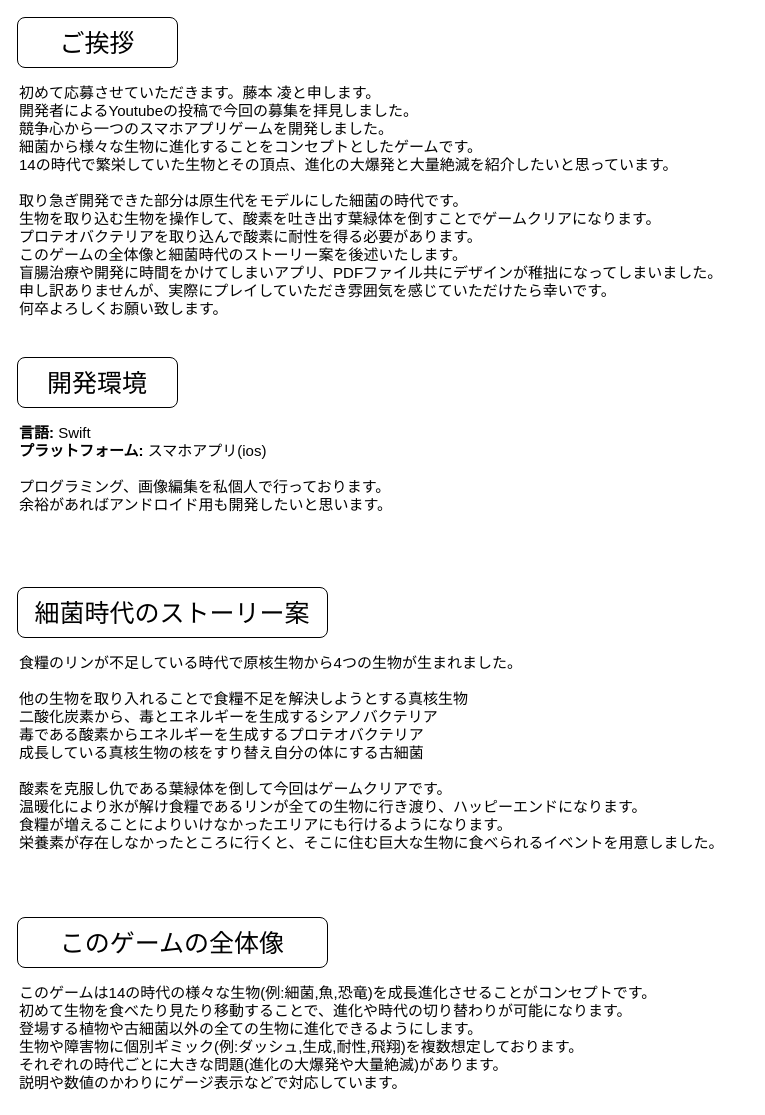
Before: page "ページ4" (4 of 5) of eater.drawio in idaks1325/eater_design, a draw.io diagram. Source tidied: cells renumbered, new cells numbered last; positions are measured from the earlier drawing's top-left corner, leaving out a move shared by most shapes. Both pictures are drawn from the tidied source at 100%, with x=0, y=0 at pixel (17, 17).
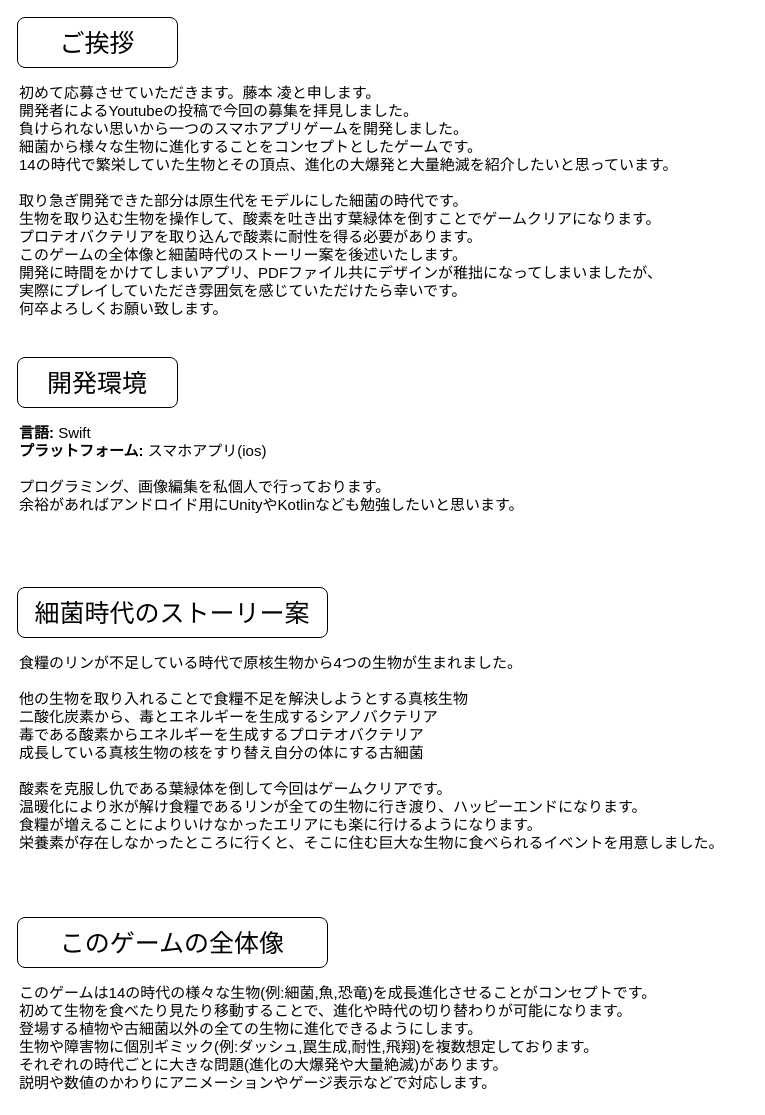
The same page after the edit.

What changed in the source:
```diff
@@
 <mxGraphModel>
   <root>
     <mxCell id="0" />
     <mxCell id="1" parent="0" />
     <mxCell id="2" value="&lt;font style=&quot;font-size: 25px&quot;&gt;ご挨拶&lt;/font&gt;" style="rounded=1;whiteSpace=wrap;html=1;" parent="1" vertex="1">
       <mxGeometry width="160" height="50" as="geometry" />
     </mxCell>
-    <mxCell id="3" value="&lt;font style=&quot;font-size: 15px&quot;&gt;初めて応募させていただきます。藤本 凌と申します。&lt;br&gt;開発者によるYoutubeの投稿で今回の募集を拝見しました。&lt;br&gt;競争心から一つのスマホアプリゲームを開発しました。&lt;br&gt;細菌から様々な生物に進化することをコンセプトとしたゲームです。&lt;br&gt;14の時代で繁栄していた生物とその頂点、進化の大爆発と大量絶滅を紹介したいと思っています。&lt;br&gt;&lt;br&gt;取り急ぎ開発できた部分は原生代をモデルにした細菌の時代です。&lt;br&gt;生物を取り込む生物を操作して、酸素を吐き出す葉緑体を倒すことでゲームクリアになります。&lt;br&gt;プロテオバクテリアを取り込んで酸素に耐性を得る必要があります。&lt;br&gt;このゲームの全体像と細菌時代のストーリー案を後述いたします。&lt;br&gt;盲腸治療や開発に時間をかけてしまいアプリ、PDFファイル共にデザインが稚拙になってしまいました。&lt;br&gt;申し訳ありませんが、実際にプレイしていただき雰囲気を感じていただけたら幸いです。&lt;br&gt;何卒よろしくお願い致します。&lt;/font&gt;" style="text;whiteSpace=wrap;html=1;" parent="1" vertex="1">
+    <mxCell id="3" value="&lt;font style=&quot;font-size: 15px&quot;&gt;初めて応募させていただきます。藤本 凌と申します。&lt;br&gt;開発者によるYoutubeの投稿で今回の募集を拝見しました。&lt;br&gt;負けられない思いから一つのスマホアプリゲームを開発しました。&lt;br&gt;細菌から様々な生物に進化することをコンセプトとしたゲームです。&lt;br&gt;14の時代で繁栄していた生物とその頂点、進化の大爆発と大量絶滅を紹介したいと思っています。&lt;br&gt;&lt;br&gt;取り急ぎ開発できた部分は原生代をモデルにした細菌の時代です。&lt;br&gt;生物を取り込む生物を操作して、酸素を吐き出す葉緑体を倒すことでゲームクリアになります。&lt;br&gt;プロテオバクテリアを取り込んで酸素に耐性を得る必要があります。&lt;br&gt;このゲームの全体像と細菌時代のストーリー案を後述いたします。&lt;br&gt;開発に時間をかけてしまいアプリ、PDFファイル共にデザインが稚拙になってしまいましたが、&lt;br&gt;実際にプレイしていただき雰囲気を感じていただけたら幸いです。&lt;br&gt;何卒よろしくお願い致します。&lt;/font&gt;" style="text;whiteSpace=wrap;html=1;" parent="1" vertex="1">
       <mxGeometry y="60" width="730" height="240" as="geometry" />
     </mxCell>
     <mxCell id="4" value="&lt;font style=&quot;font-size: 25px&quot;&gt;開発環境&lt;/font&gt;" style="rounded=1;whiteSpace=wrap;html=1;" parent="1" vertex="1">
       <mxGeometry y="340" width="160" height="50" as="geometry" />
     </mxCell>
-    <mxCell id="5" value="&lt;div&gt;&lt;span style=&quot;font-size: 15px&quot;&gt;&lt;b&gt;言語:&lt;/b&gt; Swift&lt;/span&gt;&lt;/div&gt;&lt;div&gt;&lt;span style=&quot;font-size: 15px&quot;&gt;&lt;b&gt;プラットフォーム: &lt;/b&gt;スマホアプリ(ios)&lt;/span&gt;&lt;/div&gt;&lt;div&gt;&lt;span style=&quot;font-size: 15px&quot;&gt;&lt;br&gt;&lt;/span&gt;&lt;/div&gt;&lt;div&gt;&lt;span style=&quot;font-size: 15px&quot;&gt;プログラミング、画像編集を私個人で行っております。&lt;/span&gt;&lt;/div&gt;&lt;div&gt;&lt;span style=&quot;font-size: 15px&quot;&gt;余裕があればアンドロイド用も開発したいと思います。&lt;/span&gt;&lt;/div&gt;" style="text;whiteSpace=wrap;html=1;" parent="1" vertex="1">
+    <mxCell id="5" value="&lt;div&gt;&lt;span style=&quot;font-size: 15px&quot;&gt;&lt;b&gt;言語:&lt;/b&gt; Swift&lt;/span&gt;&lt;/div&gt;&lt;div&gt;&lt;span style=&quot;font-size: 15px&quot;&gt;&lt;b&gt;プラットフォーム: &lt;/b&gt;スマホアプリ(ios)&lt;/span&gt;&lt;/div&gt;&lt;div&gt;&lt;span style=&quot;font-size: 15px&quot;&gt;&lt;br&gt;&lt;/span&gt;&lt;/div&gt;&lt;div&gt;&lt;span style=&quot;font-size: 15px&quot;&gt;プログラミング、画像編集を私個人で行っております。&lt;/span&gt;&lt;/div&gt;&lt;div&gt;&lt;span style=&quot;font-size: 15px&quot;&gt;余裕があればアンドロイド用にUnityやKotlinなども勉強&lt;/span&gt;&lt;span style=&quot;font-size: 15px&quot;&gt;したいと思います。&lt;/span&gt;&lt;/div&gt;" style="text;whiteSpace=wrap;html=1;" parent="1" vertex="1">
       <mxGeometry y="400" width="690" height="100" as="geometry" />
     </mxCell>
     <mxCell id="6" value="&lt;font style=&quot;font-size: 25px&quot;&gt;細菌時代のストーリー案&lt;/font&gt;" style="rounded=1;whiteSpace=wrap;html=1;" parent="1" vertex="1">
       <mxGeometry y="570" width="310" height="50" as="geometry" />
     </mxCell>
-    <mxCell id="7" value="&lt;div&gt;&lt;span style=&quot;font-size: 15px&quot;&gt;食糧のリンが不足している時代で原核生物から4つの生物が生まれました。&lt;/span&gt;&lt;/div&gt;&lt;div&gt;&lt;span style=&quot;font-size: 15px&quot;&gt;&lt;br&gt;&lt;/span&gt;&lt;/div&gt;&lt;div&gt;&lt;span style=&quot;font-size: 15px&quot;&gt;他の生物を取り入れることで食糧不足を解決しようとする真核生物&lt;/span&gt;&lt;/div&gt;&lt;div&gt;&lt;span style=&quot;font-size: 15px&quot;&gt;二酸化炭素から、毒とエネルギーを生成するシアノバクテリア&lt;/span&gt;&lt;/div&gt;&lt;div&gt;&lt;span style=&quot;font-size: 15px&quot;&gt;毒である酸素からエネルギーを生成するプロテオバクテリア&lt;/span&gt;&lt;/div&gt;&lt;div&gt;&lt;span style=&quot;font-size: 15px&quot;&gt;成長している真核生物の核をすり替え自分の体にする古細菌&lt;/span&gt;&lt;/div&gt;&lt;div&gt;&lt;span style=&quot;font-size: 15px&quot;&gt;&lt;br&gt;&lt;/span&gt;&lt;/div&gt;&lt;div&gt;&lt;span style=&quot;font-size: 15px&quot;&gt;酸素を克服し仇である葉緑体を倒して今回はゲームクリアです。&lt;/span&gt;&lt;/div&gt;&lt;div&gt;&lt;span style=&quot;font-size: 15px&quot;&gt;温暖化により氷が解け食糧であるリンが全ての生物に行き渡り、ハッピーエンドになります。&lt;/span&gt;&lt;/div&gt;&lt;div&gt;&lt;span style=&quot;font-size: 15px&quot;&gt;食糧が増えることによりいけなかったエリアにも行けるようになります。&lt;/span&gt;&lt;/div&gt;&lt;div&gt;&lt;span style=&quot;font-size: 15px&quot;&gt;栄養素が存在しなかったところに行くと、そこに住む巨大な生物に食べられるイベントを用意しました。&lt;/span&gt;&lt;/div&gt;" style="text;whiteSpace=wrap;html=1;" parent="1" vertex="1">
+    <mxCell id="7" value="&lt;div&gt;&lt;span style=&quot;font-size: 15px&quot;&gt;食糧のリンが不足している時代で原核生物から4つの生物が生まれました。&lt;/span&gt;&lt;/div&gt;&lt;div&gt;&lt;span style=&quot;font-size: 15px&quot;&gt;&lt;br&gt;&lt;/span&gt;&lt;/div&gt;&lt;div&gt;&lt;span style=&quot;font-size: 15px&quot;&gt;他の生物を取り入れることで食糧不足を解決しようとする真核生物&lt;/span&gt;&lt;/div&gt;&lt;div&gt;&lt;span style=&quot;font-size: 15px&quot;&gt;二酸化炭素から、毒とエネルギーを生成するシアノバクテリア&lt;/span&gt;&lt;/div&gt;&lt;div&gt;&lt;span style=&quot;font-size: 15px&quot;&gt;毒である酸素からエネルギーを生成するプロテオバクテリア&lt;/span&gt;&lt;/div&gt;&lt;div&gt;&lt;span style=&quot;font-size: 15px&quot;&gt;成長している真核生物の核をすり替え自分の体にする古細菌&lt;/span&gt;&lt;/div&gt;&lt;div&gt;&lt;span style=&quot;font-size: 15px&quot;&gt;&lt;br&gt;&lt;/span&gt;&lt;/div&gt;&lt;div&gt;&lt;span style=&quot;font-size: 15px&quot;&gt;酸素を克服し仇である葉緑体を倒して今回はゲームクリアです。&lt;/span&gt;&lt;/div&gt;&lt;div&gt;&lt;span style=&quot;font-size: 15px&quot;&gt;温暖化により氷が解け食糧であるリンが全ての生物に行き渡り、ハッピーエンドになります。&lt;/span&gt;&lt;/div&gt;&lt;div&gt;&lt;span style=&quot;font-size: 15px&quot;&gt;食糧が増えることによりいけなかったエリアにも楽に行けるようになります。&lt;/span&gt;&lt;/div&gt;&lt;div&gt;&lt;span style=&quot;font-size: 15px&quot;&gt;栄養素が存在しなかったところに行くと、そこに住む巨大な生物に食べられるイベントを用意しました。&lt;/span&gt;&lt;/div&gt;" style="text;whiteSpace=wrap;html=1;" parent="1" vertex="1">
       <mxGeometry y="630" width="730" height="210" as="geometry" />
     </mxCell>
     <mxCell id="8" value="&lt;font style=&quot;font-size: 25px&quot;&gt;このゲームの全体像&lt;/font&gt;" style="rounded=1;whiteSpace=wrap;html=1;" parent="1" vertex="1">
       <mxGeometry y="900" width="310" height="50" as="geometry" />
     </mxCell>
-    <mxCell id="9" value="&lt;div&gt;&lt;span style=&quot;font-size: 15px&quot;&gt;このゲームは14の時代の様々な生物(例:細菌,魚,恐竜)を成長進化させることがコンセプトです。&lt;/span&gt;&lt;/div&gt;&lt;div&gt;&lt;span style=&quot;font-size: 15px&quot;&gt;初めて生物を食べたり見たり移動することで、進化や時代の切り替わりが可能になります。&lt;/span&gt;&lt;/div&gt;&lt;div&gt;&lt;span style=&quot;font-size: 15px&quot;&gt;登場する植物や古細菌以外の全ての生物に進化できるようにします。&lt;/span&gt;&lt;/div&gt;&lt;div&gt;&lt;span style=&quot;font-size: 15px&quot;&gt;生物や障害物に個別ギミック(例:ダッシュ,生成,耐性,飛翔)を複数想定しております。&lt;/span&gt;&lt;/div&gt;&lt;div&gt;&lt;span style=&quot;font-size: 15px&quot;&gt;それぞれの時代ごとに大きな問題(進化の大爆発や大量絶滅)があります。&lt;/span&gt;&lt;/div&gt;&lt;div&gt;&lt;span style=&quot;font-size: 15px&quot;&gt;説明や数値のかわりにゲージ表示などで対応しています。&lt;/span&gt;&lt;/div&gt;" style="text;whiteSpace=wrap;html=1;" parent="1" vertex="1">
+    <mxCell id="9" value="&lt;div&gt;&lt;span style=&quot;font-size: 15px&quot;&gt;このゲームは14の時代の様々な生物(例:細菌,魚,恐竜)を成長進化させることがコンセプトです。&lt;/span&gt;&lt;/div&gt;&lt;div&gt;&lt;span style=&quot;font-size: 15px&quot;&gt;初めて生物を食べたり見たり移動することで、進化や時代の切り替わりが可能になります。&lt;/span&gt;&lt;/div&gt;&lt;div&gt;&lt;span style=&quot;font-size: 15px&quot;&gt;登場する植物や古細菌以外の全ての生物に進化できるようにします。&lt;/span&gt;&lt;/div&gt;&lt;div&gt;&lt;span style=&quot;font-size: 15px&quot;&gt;生物や障害物に個別ギミック(例:ダッシュ,罠生成,耐性,飛翔)を複数想定しております。&lt;/span&gt;&lt;/div&gt;&lt;div&gt;&lt;span style=&quot;font-size: 15px&quot;&gt;それぞれの時代ごとに大きな問題(進化の大爆発や大量絶滅)があります。&lt;/span&gt;&lt;/div&gt;&lt;div&gt;&lt;span style=&quot;font-size: 15px&quot;&gt;説明や数値のかわりにアニメーションやゲージ表示などで対応します。&lt;/span&gt;&lt;/div&gt;" style="text;whiteSpace=wrap;html=1;" parent="1" vertex="1">
       <mxGeometry y="960" width="730" height="120" as="geometry" />
     </mxCell>
   </root>
 </mxGraphModel>
```
